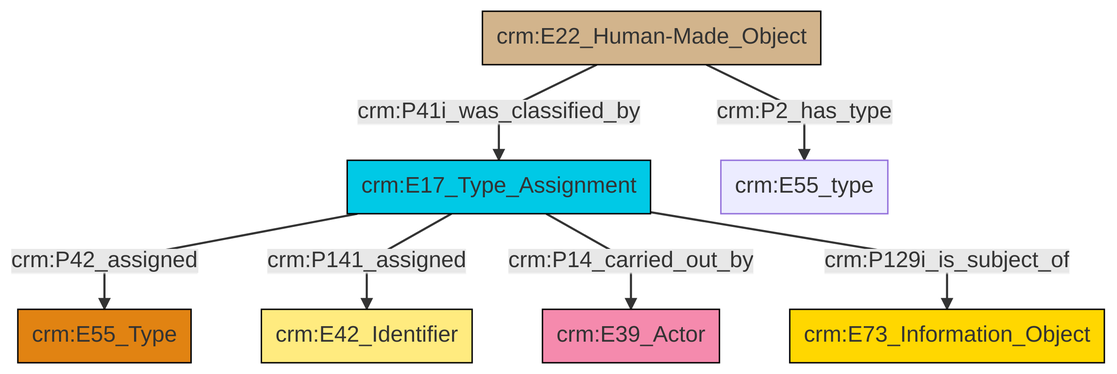
Earlier version of the Mermaid export et/builtWorkCSV/ttl/mmd/png/Built_Work_designation_status.png (swiss-art-research-net/reference-data-models). Its source is kept beside it as et/builtWorkCSV/ttl/mmd/Built_Work_designation_status.ttl.mmd.
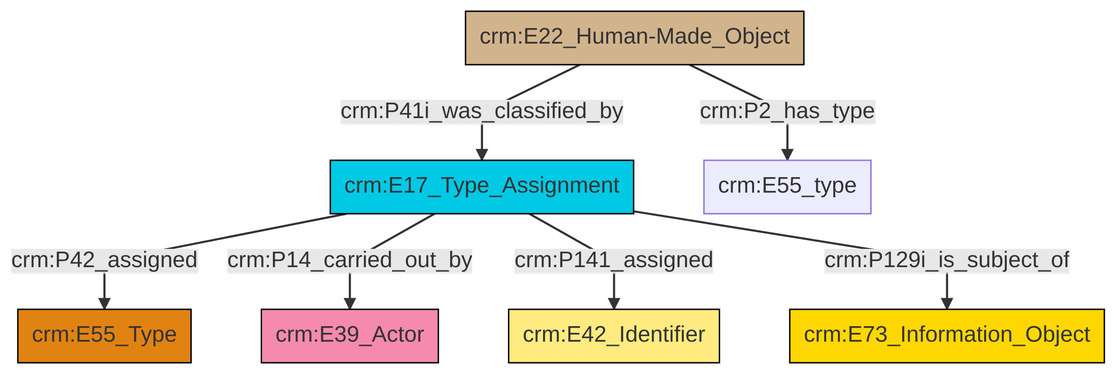
Later version of the same file.

The edit, as a diff of the source:
```diff
@@ -14,8 +14,8 @@
 classDef Multi fill:#cccccc,stroke:#000000;
 
 0["crm:E17_Type_Assignment"]:::Temporal_Entity -->|crm:P42_assigned| 1["crm:E55_Type"]:::Type
-0["crm:E17_Type_Assignment"]:::Temporal_Entity -->|crm:P141_assigned| 2["crm:E42_Identifier"]:::Appellation
-11["crm:E22_Human-Made_Object"]:::Physical_Thing -->|crm:P41i_was_classified_by| 0["crm:E17_Type_Assignment"]:::Temporal_Entity
+2["crm:E22_Human-Made_Object"]:::Physical_Thing -->|crm:P2_has_type| 3["crm:E55_type"]:::Default
 0["crm:E17_Type_Assignment"]:::Temporal_Entity -->|crm:P14_carried_out_by| 4["crm:E39_Actor"]:::Actor
-0["crm:E17_Type_Assignment"]:::Temporal_Entity -->|crm:P129i_is_subject_of| 6["crm:E73_Information_Object"]:::Conceptual_Object
-11["crm:E22_Human-Made_Object"]:::Physical_Thing -->|crm:P2_has_type| 9["crm:E55_type"]:::Default
+2["crm:E22_Human-Made_Object"]:::Physical_Thing -->|crm:P41i_was_classified_by| 0["crm:E17_Type_Assignment"]:::Temporal_Entity
+0["crm:E17_Type_Assignment"]:::Temporal_Entity -->|crm:P141_assigned| 5["crm:E42_Identifier"]:::Appellation
+0["crm:E17_Type_Assignment"]:::Temporal_Entity -->|crm:P129i_is_subject_of| 11["crm:E73_Information_Object"]:::Conceptual_Object
```
